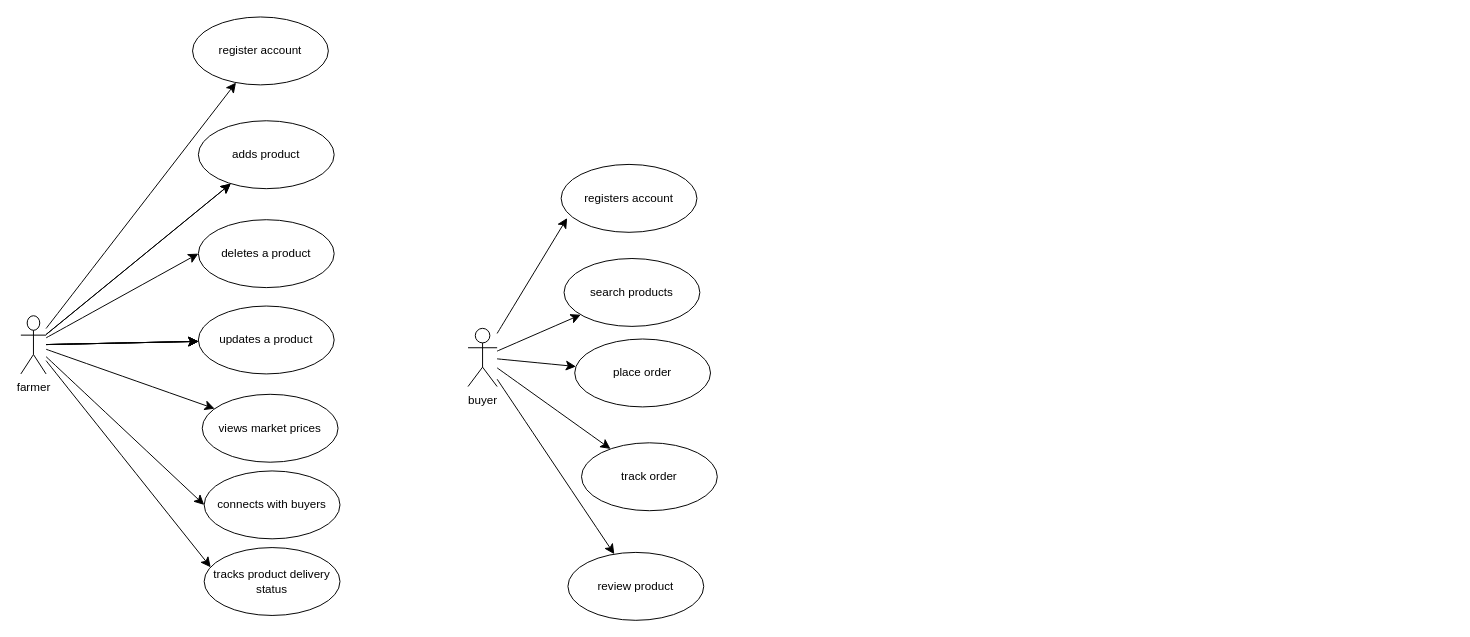
ivykimani/first-project keeps this draw.io diagram as Untitled Diagram.drawio. Above is the earlier version. Source tidied: cells renumbered, new cells numbered last; positions are measured from the earlier drawing's top-left corner, leaving out a move shared by most shapes. Both pictures are drawn from the tidied source at 97%, with x=0, y=0 at pixel (20, 16).
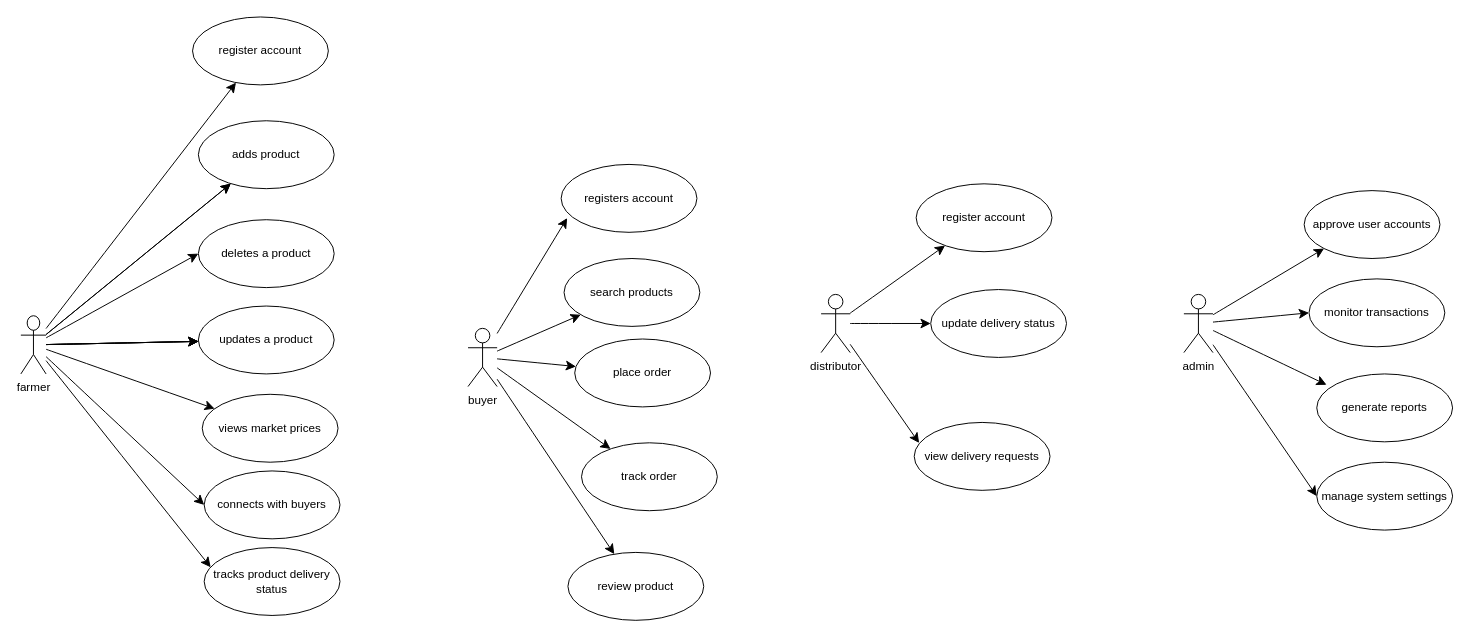
The same diagram, later.

The edit, as a diff of the source:
```diff
@@
+    <mxCell id="32" style="edgeStyle=none;curved=1;rounded=0;jettySize=auto;html=1;fontSize=12;startSize=8;endSize=8;" parent="1" edge="1" source="34" target="37">
+      <mxGeometry relative="1" as="geometry" />
+    </mxCell>
+    <mxCell id="33" style="edgeStyle=none;curved=1;rounded=0;jettySize=auto;html=1;entryX=0;entryY=0.5;entryDx=0;entryDy=0;fontSize=12;startSize=8;endSize=8;" parent="1" edge="1" source="34" target="36">
+      <mxGeometry relative="1" as="geometry" />
+    </mxCell>
+    <mxCell id="34" value="distributor" style="shape=umlActor;verticalLabelPosition=bottom;verticalAlign=top;html=1;" parent="1" vertex="1">
+      <mxGeometry x="825" y="286" width="30" height="60" as="geometry" />
+    </mxCell>
+    <mxCell id="35" value="view delivery requests" style="ellipse;whiteSpace=wrap;html=1;" parent="1" vertex="1">
+      <mxGeometry x="921" y="418" width="140" height="70" as="geometry" />
+    </mxCell>
+    <mxCell id="36" value="update delivery status" style="ellipse;whiteSpace=wrap;html=1;" parent="1" vertex="1">
+      <mxGeometry x="938" y="281" width="140" height="70" as="geometry" />
+    </mxCell>
+    <mxCell id="37" value="register account" style="ellipse;whiteSpace=wrap;html=1;" parent="1" vertex="1">
+      <mxGeometry x="923" y="172" width="140" height="70" as="geometry" />
+    </mxCell>
+    <mxCell id="38" style="edgeStyle=none;curved=1;rounded=0;jettySize=auto;html=1;entryX=0.036;entryY=0.303;entryDx=0;entryDy=0;entryPerimeter=0;fontSize=12;startSize=8;endSize=8;" parent="1" edge="1" source="34" target="35">
+      <mxGeometry relative="1" as="geometry" />
+    </mxCell>
+    <mxCell id="39" value="manage system settings" style="ellipse;whiteSpace=wrap;html=1;" parent="1" vertex="1">
+      <mxGeometry x="1336" y="459" width="140" height="70" as="geometry" />
+    </mxCell>
+    <mxCell id="40" value="generate reports" style="ellipse;whiteSpace=wrap;html=1;" parent="1" vertex="1">
+      <mxGeometry x="1336" y="368" width="140" height="70" as="geometry" />
+    </mxCell>
+    <mxCell id="41" value="monitor transactions" style="ellipse;whiteSpace=wrap;html=1;" parent="1" vertex="1">
+      <mxGeometry x="1328" y="270" width="140" height="70" as="geometry" />
+    </mxCell>
+    <mxCell id="42" value="approve user accounts" style="ellipse;whiteSpace=wrap;html=1;" parent="1" vertex="1">
+      <mxGeometry x="1323" y="179" width="140" height="70" as="geometry" />
+    </mxCell>
+    <mxCell id="43" style="edgeStyle=none;curved=1;rounded=0;jettySize=auto;html=1;entryX=0;entryY=1;entryDx=0;entryDy=0;fontSize=12;startSize=8;endSize=8;" parent="1" edge="1" source="46" target="42">
+      <mxGeometry relative="1" as="geometry" />
+    </mxCell>
+    <mxCell id="44" style="edgeStyle=none;curved=1;rounded=0;jettySize=auto;html=1;entryX=0;entryY=0.5;entryDx=0;entryDy=0;fontSize=12;startSize=8;endSize=8;" parent="1" edge="1" source="46" target="41">
+      <mxGeometry relative="1" as="geometry" />
+    </mxCell>
+    <mxCell id="45" style="edgeStyle=none;curved=1;rounded=0;jettySize=auto;html=1;entryX=0;entryY=0.5;entryDx=0;entryDy=0;fontSize=12;startSize=8;endSize=8;" parent="1" edge="1" source="46" target="39">
+      <mxGeometry relative="1" as="geometry" />
+    </mxCell>
+    <mxCell id="46" value="admin" style="shape=umlActor;verticalLabelPosition=bottom;verticalAlign=top;html=1;" parent="1" vertex="1">
+      <mxGeometry x="1199" y="286" width="30" height="60" as="geometry" />
+    </mxCell>
+    <mxCell id="47" style="edgeStyle=none;curved=1;rounded=0;jettySize=auto;html=1;entryX=0.072;entryY=0.16;entryDx=0;entryDy=0;entryPerimeter=0;fontSize=12;startSize=8;endSize=8;" parent="1" edge="1" source="46" target="40">
+      <mxGeometry relative="1" as="geometry" />
+    </mxCell>
```
